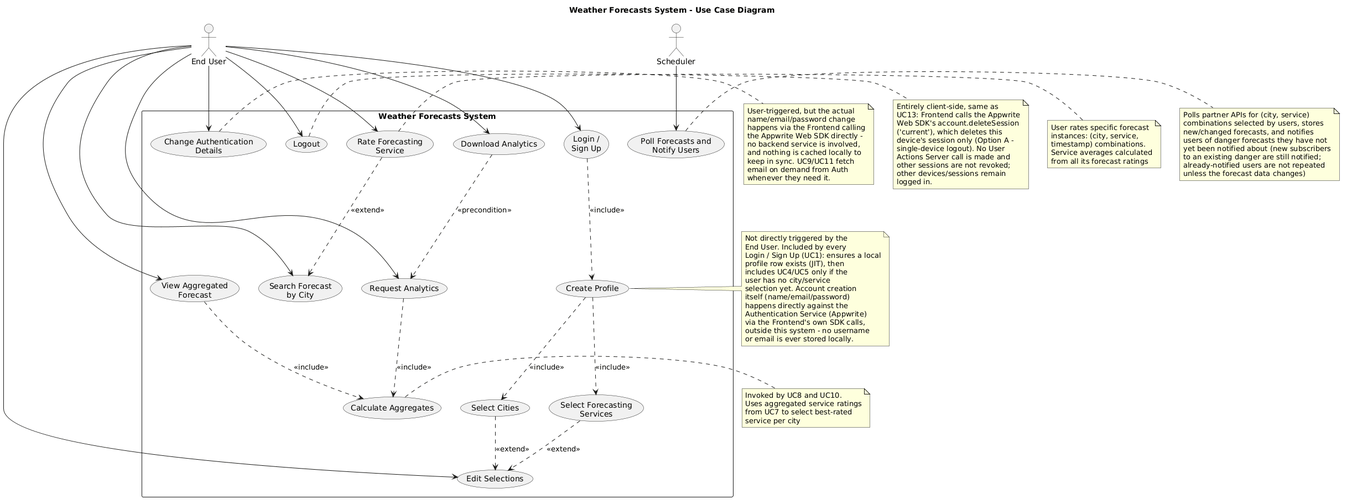
Above: requirements/usecase_diagram.png in ManosMorf97/Weather-Forecasts-AI-Remastered (PlantUML), before the change.
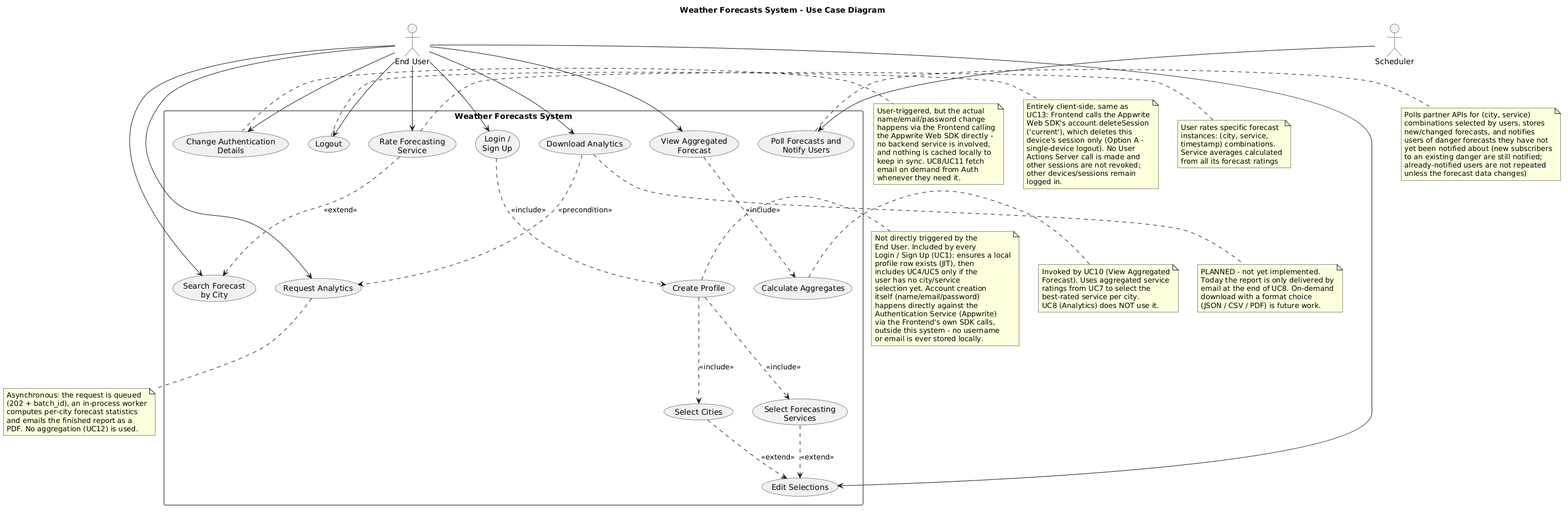
After the change.

What changed in the source:
```diff
@@ -46,7 +46,6 @@
 UC5 ..> UC3 : <<extend>>
 
 UC7 ..> UC6 : <<extend>>
-UC8 ..> UC12 : <<include>>
 UC9 ..> UC8 : <<precondition>>
 UC10 ..> UC12 : <<include>>
 
@@ -73,9 +72,25 @@
   the Appwrite Web SDK directly -
   no backend service is involved,
   and nothing is cached locally to
-  keep in sync. UC9/UC11 fetch
+  keep in sync. UC8/UC11 fetch
   email on demand from Auth
   whenever they need it.
+end note
+
+note bottom of UC8
+  Asynchronous: the request is queued
+  (202 + batch_id), an in-process worker
+  computes per-city forecast statistics
+  and emails the finished report as a
+  PDF. No aggregation (UC12) is used.
+end note
+
+note bottom of UC9
+  PLANNED - not yet implemented.
+  Today the report is only delivered by
+  email at the end of UC8. On-demand
+  download with a format choice
+  (JSON / CSV / PDF) is future work.
 end note
 
 note right of UC14
@@ -111,9 +126,10 @@
 end note
 
 note right of UC12
-  Invoked by UC8 and UC10.
-  Uses aggregated service ratings
-  from UC7 to select best-rated
-  service per city
+  Invoked by UC10 (View Aggregated
+  Forecast). Uses aggregated service
+  ratings from UC7 to select the
+  best-rated service per city.
+  UC8 (Analytics) does NOT use it.
 end note
 @enduml
```
